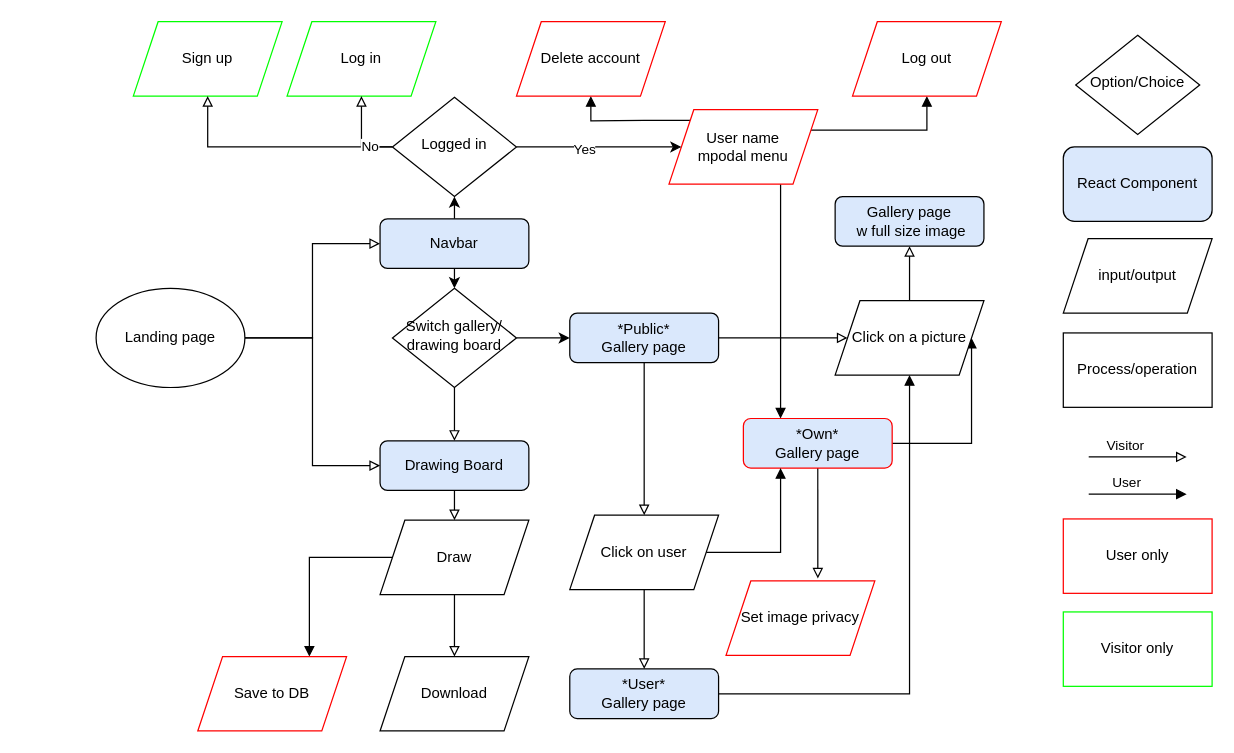
The draw.io diagram page "Everything" (1 of 6) of pixel/user_stories.drawio in damien-rembert/diagrams, before the edit. Source tidied: cells renumbered, new cells numbered last; positions are measured from the earlier drawing's top-left corner, leaving out a move shared by most shapes. Both pictures are drawn from the tidied source at 124%, with x=0, y=0 at pixel (95, 21).
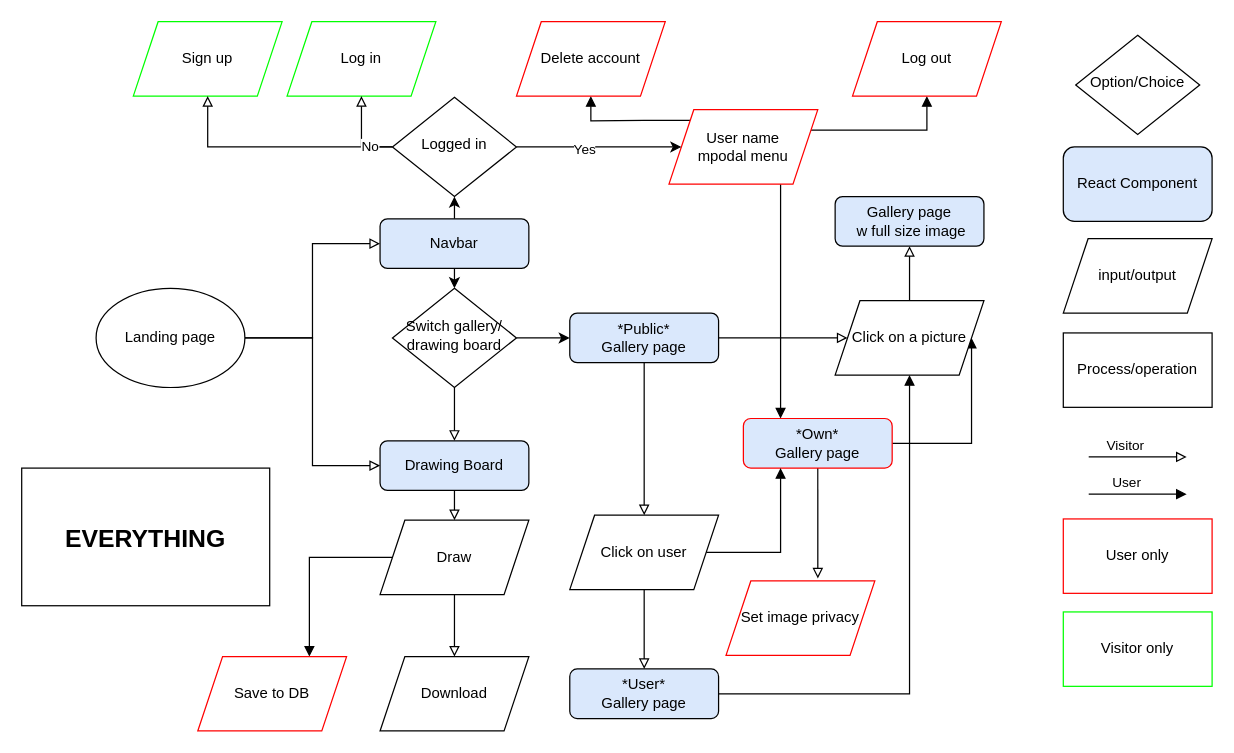
After the change.

What changed in the source:
```diff
@@
+    <mxCell id="57" value="&lt;font style=&quot;font-size: 20px&quot;&gt;&lt;b&gt;EVERYTHING&lt;/b&gt;&lt;/font&gt;" style="rounded=0;whiteSpace=wrap;html=1;" parent="1" vertex="1">
+      <mxGeometry x="-60" y="360" width="200" height="111" as="geometry" />
+    </mxCell>
```
